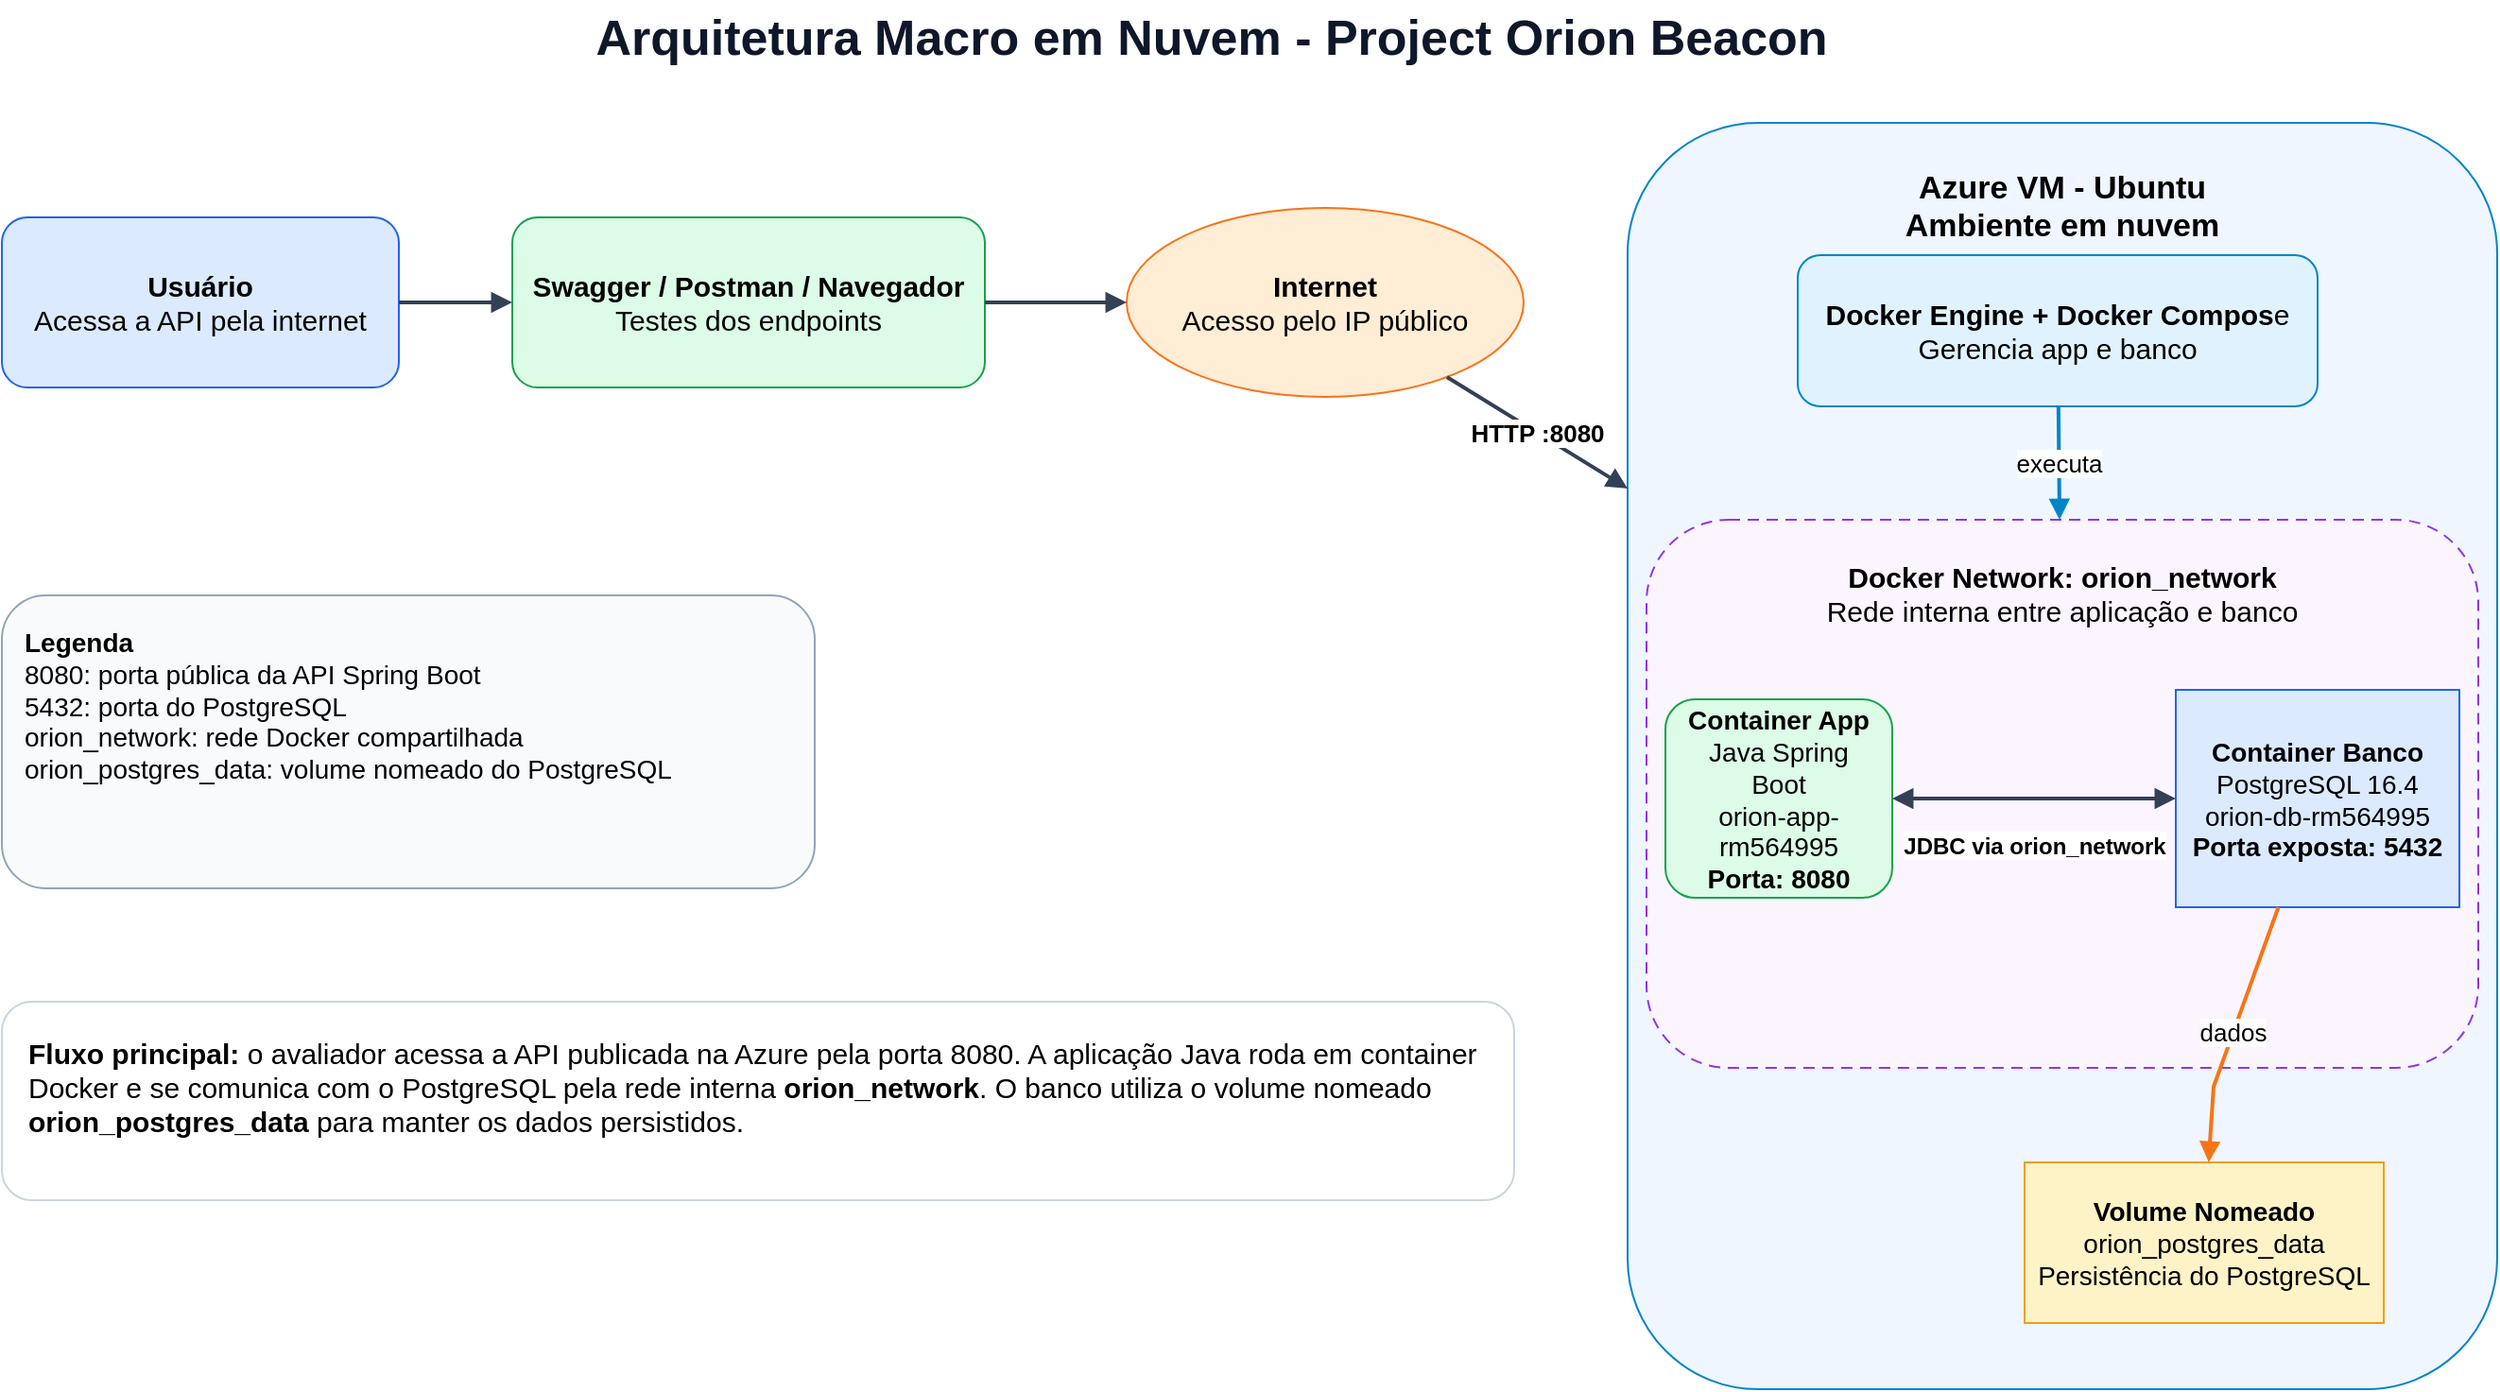
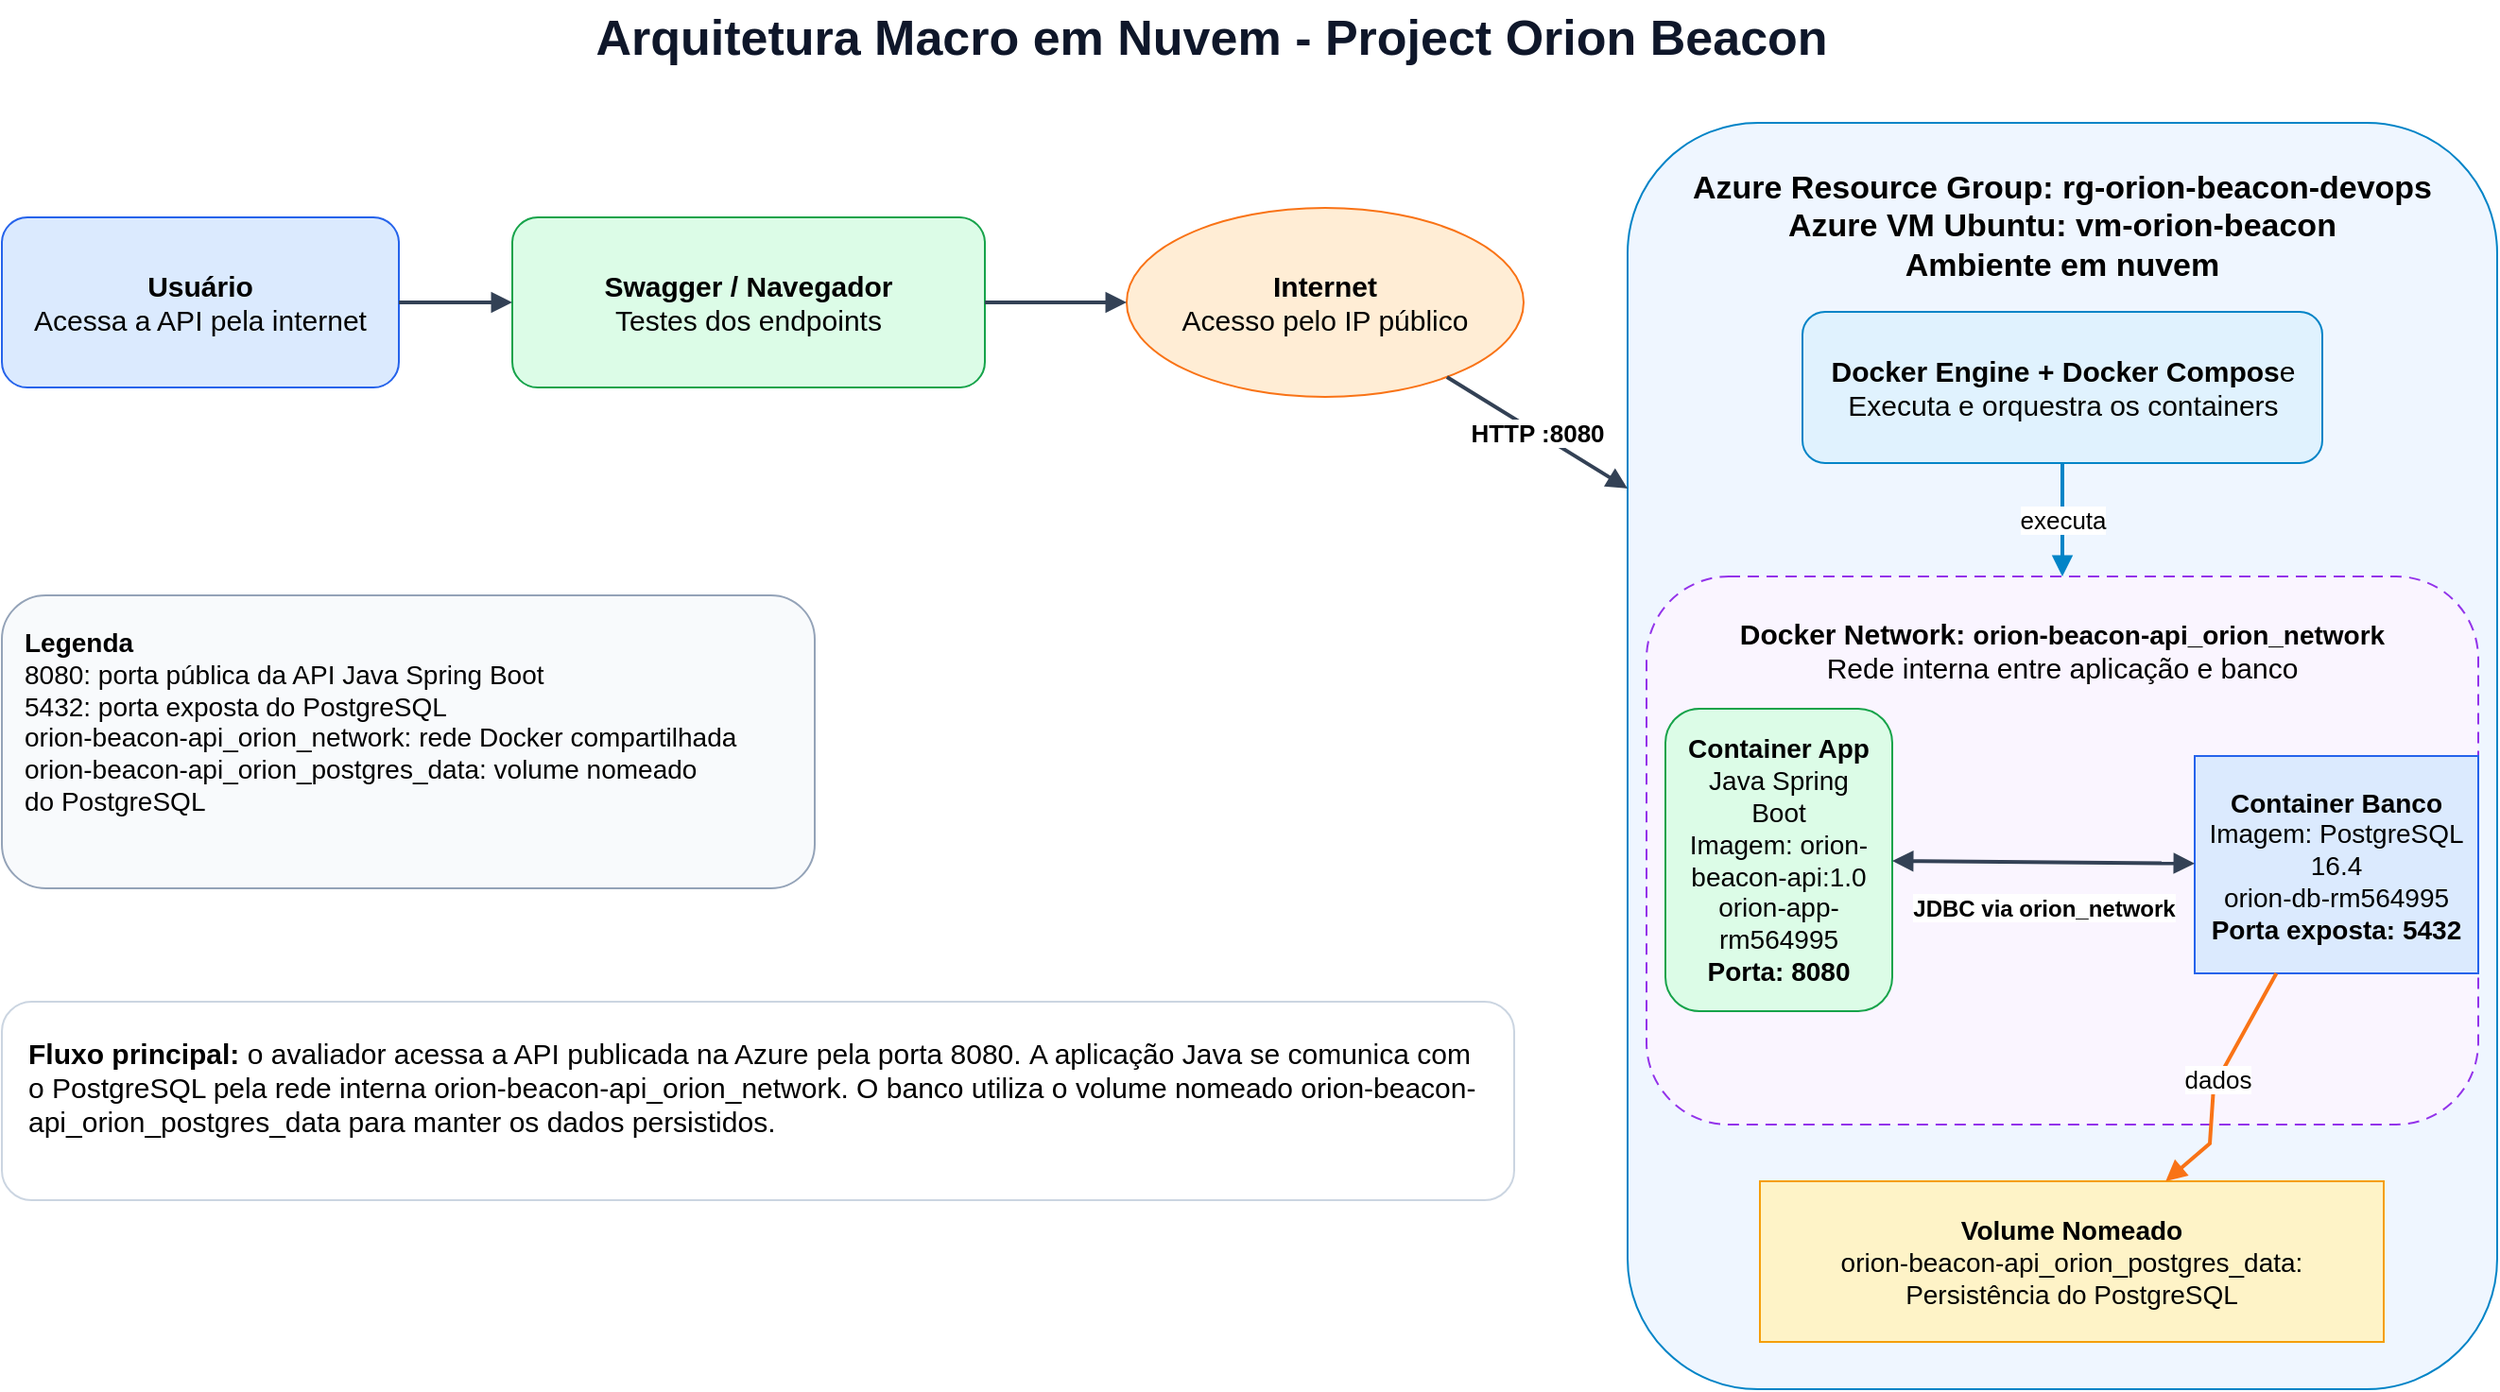
<mxfile host="Electron" agent="Mozilla/5.0 (Windows NT 10.0; Win64; x64) AppleWebKit/537.36 (KHTML, like Gecko) draw.io/27.0.5 Chrome/134.0.6998.205 Electron/35.3.0 Safari/537.36" version="27.0.5">
  <diagram name="Arquitetura Macro" id="orion-beacon-v2">
    <mxGraphModel dx="1830" dy="894" grid="1" gridSize="10" guides="1" tooltips="1" connect="1" arrows="1" fold="1" page="1" pageScale="1" pageWidth="1400" pageHeight="850" math="0" shadow="0">
      <root>
        <mxCell id="0" />
        <mxCell id="1" parent="0" />
        <mxCell id="title" value="Arquitetura Macro em Nuvem - Project Orion Beacon" style="text;html=1;strokeColor=none;fillColor=none;align=center;verticalAlign=middle;whiteSpace=wrap;rounded=0;fontSize=26;fontStyle=1;fontColor=#0F172A;" parent="1" vertex="1">
          <mxGeometry x="315" y="25" width="770" height="40" as="geometry" />
        </mxCell>
        <mxCell id="user" value="&lt;b&gt;Usuário&lt;/b&gt;&lt;br&gt;Acessa a API pela internet" style="rounded=1;whiteSpace=wrap;html=1;fillColor=#DBEAFE;strokeColor=#2563EB;fontSize=15;align=center;verticalAlign=middle;spacing=10;" parent="1" vertex="1">
          <mxGeometry x="60" y="140" width="210" height="90" as="geometry" />
        </mxCell>
-         <mxCell id="tools" value="&lt;b&gt;Swagger / Postman / Navegador&lt;/b&gt;&lt;br&gt;Testes dos endpoints" style="rounded=1;whiteSpace=wrap;html=1;fillColor=#DCFCE7;strokeColor=#16A34A;fontSize=15;align=center;verticalAlign=middle;spacing=10;" parent="1" vertex="1">
+         <mxCell id="tools" value="&lt;b&gt;Swagger / Navegador&lt;/b&gt;&lt;br&gt;Testes dos endpoints" style="rounded=1;whiteSpace=wrap;html=1;fillColor=#DCFCE7;strokeColor=#16A34A;fontSize=15;align=center;verticalAlign=middle;spacing=10;" parent="1" vertex="1">
          <mxGeometry x="330" y="140" width="250" height="90" as="geometry" />
        </mxCell>
        <mxCell id="internet" value="&lt;b&gt;Internet&lt;/b&gt;&lt;br&gt;Acesso pelo IP público" style="ellipse;whiteSpace=wrap;html=1;fillColor=#FFEDD5;strokeColor=#F97316;fontSize=15;align=center;verticalAlign=middle;spacing=10;" parent="1" vertex="1">
          <mxGeometry x="655" y="135" width="210" height="100" as="geometry" />
        </mxCell>
-         <mxCell id="azure" value="&lt;b&gt;Azure VM - Ubuntu&lt;/b&gt;&lt;br&gt;Ambiente em nuvem" style="rounded=1;whiteSpace=wrap;html=1;fillColor=#EFF6FF;strokeColor=#0284C7;fontSize=17;fontStyle=1;align=center;verticalAlign=top;spacingTop=18;" parent="1" vertex="1">
+         <mxCell id="azure" value="Azure Resource Group: rg-orion-beacon-devops&lt;br&gt;Azure VM Ubuntu: vm-orion-beacon&lt;br&gt;Ambiente em nuvem" style="rounded=1;whiteSpace=wrap;html=1;fillColor=#EFF6FF;strokeColor=#0284C7;fontSize=17;fontStyle=1;align=center;verticalAlign=top;spacingTop=18;" parent="1" vertex="1">
          <mxGeometry x="920" y="90" width="460" height="670" as="geometry" />
        </mxCell>
-         <mxCell id="docker" value="&lt;b&gt;Docker Engine +&amp;nbsp;Docker Compos&lt;/b&gt;e&lt;br&gt;Gerencia app e banco" style="rounded=1;whiteSpace=wrap;html=1;fillColor=#E0F2FE;strokeColor=#0284C7;fontSize=15;align=center;verticalAlign=middle;spacing=10;" parent="1" vertex="1">
-           <mxGeometry x="1010" y="160" width="275" height="80" as="geometry" />
+         <mxCell id="docker" value="&lt;b&gt;Docker Engine +&amp;nbsp;Docker Compos&lt;/b&gt;e&lt;br&gt;Executa e orquestra os containers" style="rounded=1;whiteSpace=wrap;html=1;fillColor=#E0F2FE;strokeColor=#0284C7;fontSize=15;align=center;verticalAlign=middle;spacing=10;" parent="1" vertex="1">
+           <mxGeometry x="1012.5" y="190" width="275" height="80" as="geometry" />
        </mxCell>
-         <mxCell id="network" value="&lt;b&gt;Docker Network: orion_network&lt;/b&gt;&lt;br&gt;Rede interna entre aplicação e banco" style="rounded=1;dashed=1;dashPattern=6 4;whiteSpace=wrap;html=1;fillColor=#FAF5FF;strokeColor=#9333EA;fontSize=15;align=center;verticalAlign=top;spacingTop=15;" parent="1" vertex="1">
-           <mxGeometry x="930" y="300" width="440" height="290" as="geometry" />
+         <mxCell id="network" value="&lt;b&gt;Docker Network:&amp;nbsp;&lt;/b&gt;&lt;span style=&quot;font-size: 14px; text-align: left;&quot;&gt;&lt;b&gt;orion-beacon-api_orion_network&lt;/b&gt;&lt;/span&gt;&lt;br&gt;Rede interna entre aplicação e banco" style="rounded=1;dashed=1;dashPattern=6 4;whiteSpace=wrap;html=1;fillColor=#FAF5FF;strokeColor=#9333EA;fontSize=15;align=center;verticalAlign=top;spacingTop=15;" parent="1" vertex="1">
+           <mxGeometry x="930" y="330" width="440" height="290" as="geometry" />
        </mxCell>
-         <mxCell id="app" value="&lt;b&gt;Container App&lt;/b&gt;&lt;br&gt;Java Spring Boot&lt;br&gt;orion-app-rm564995&lt;br&gt;&lt;b&gt;Porta: 8080&lt;/b&gt;" style="rounded=1;whiteSpace=wrap;html=1;fillColor=#DCFCE7;strokeColor=#16A34A;fontSize=14;align=center;verticalAlign=middle;spacing=8;" parent="1" vertex="1">
-           <mxGeometry x="940" y="395" width="120" height="105" as="geometry" />
+         <mxCell id="app" value="&lt;b&gt;Container App&lt;/b&gt;&lt;br&gt;Java Spring Boot&lt;div&gt;Imagem: orion-beacon-api:1.0&lt;br&gt;orion-app-rm564995&lt;div&gt;&lt;b&gt;Porta: 8080&lt;/b&gt;&lt;/div&gt;&lt;/div&gt;" style="rounded=1;whiteSpace=wrap;html=1;fillColor=#DCFCE7;strokeColor=#16A34A;fontSize=14;align=center;verticalAlign=middle;spacing=8;" parent="1" vertex="1">
+           <mxGeometry x="940" y="400" width="120" height="160" as="geometry" />
        </mxCell>
-         <mxCell id="db" value="&lt;b&gt;Container Banco&lt;/b&gt;&lt;br&gt;PostgreSQL 16.4&lt;br&gt;orion-db-rm564995&lt;br&gt;&lt;b&gt;Porta exposta: 5432&lt;/b&gt;" style="rounded=0;whiteSpace=wrap;html=1;fillColor=#DBEAFE;strokeColor=#2563EB;fontSize=14;align=center;verticalAlign=middle;spacing=8;" parent="1" vertex="1">
-           <mxGeometry x="1210" y="390" width="150" height="115" as="geometry" />
+         <mxCell id="db" value="&lt;b&gt;Container Banco&lt;/b&gt;&lt;br&gt;Imagem: PostgreSQL 16.4&lt;br&gt;orion-db-rm564995&lt;br&gt;&lt;b&gt;Porta exposta: 5432&lt;/b&gt;" style="rounded=0;whiteSpace=wrap;html=1;fillColor=#DBEAFE;strokeColor=#2563EB;fontSize=14;align=center;verticalAlign=middle;spacing=8;" parent="1" vertex="1">
+           <mxGeometry x="1220" y="425" width="150" height="115" as="geometry" />
        </mxCell>
-         <mxCell id="volume" value="&lt;b&gt;Volume Nomeado&lt;/b&gt;&lt;br&gt;orion_postgres_data&lt;br&gt;Persistência do PostgreSQL" style="shape=cylinder3d;whiteSpace=wrap;boundedLbl=1;backgroundOutline=1;size=15;html=1;fillColor=#FEF3C7;strokeColor=#F59E0B;fontSize=14;align=center;verticalAlign=middle;spacing=8;" parent="1" vertex="1">
-           <mxGeometry x="1130" y="640" width="190" height="85" as="geometry" />
+         <mxCell id="volume" value="&lt;b&gt;Volume Nomeado&lt;/b&gt;&lt;br&gt;&lt;span style=&quot;text-align: left;&quot;&gt;orion-beacon-api_orion_postgres_data:&lt;/span&gt;&lt;br&gt;Persistência do PostgreSQL" style="shape=cylinder3d;whiteSpace=wrap;boundedLbl=1;backgroundOutline=1;size=15;html=1;fillColor=#FEF3C7;strokeColor=#F59E0B;fontSize=14;align=center;verticalAlign=middle;spacing=8;" parent="1" vertex="1">
+           <mxGeometry x="990" y="650" width="330" height="85" as="geometry" />
        </mxCell>
-         <mxCell id="legend" value="&lt;b&gt;Legenda&lt;/b&gt;&lt;br&gt;8080: porta pública da API Spring Boot&lt;br&gt;5432: porta do PostgreSQL&lt;br&gt;orion_network: rede Docker compartilhada&lt;br&gt;orion_postgres_data: volume nomeado do&amp;nbsp;PostgreSQL" style="rounded=1;whiteSpace=wrap;html=1;fillColor=#F8FAFC;strokeColor=#94A3B8;fontSize=14;align=left;verticalAlign=top;spacing=12;" parent="1" vertex="1">
+         <mxCell id="legend" value="&lt;b&gt;Legenda&lt;/b&gt;&lt;br&gt;8080: porta pública da API Java Spring Boot&lt;br&gt;5432: porta exposta do PostgreSQL&lt;br&gt;orion-beacon-api_orion_network: rede Docker compartilhada&lt;br&gt;orion-beacon-api_orion_postgres_data: volume nomeado do&amp;nbsp;PostgreSQL" style="rounded=1;whiteSpace=wrap;html=1;fillColor=#F8FAFC;strokeColor=#94A3B8;fontSize=14;align=left;verticalAlign=top;spacing=12;" parent="1" vertex="1">
          <mxGeometry x="60" y="340" width="430" height="155" as="geometry" />
        </mxCell>
-         <mxCell id="flow" value="&lt;b&gt;Fluxo principal:&lt;/b&gt; o avaliador acessa a API publicada na Azure pela porta 8080. A aplicação Java roda em container Docker e se comunica com o PostgreSQL pela rede interna &lt;b&gt;orion_network&lt;/b&gt;. O banco utiliza o volume nomeado &lt;b&gt;orion_postgres_data&lt;/b&gt; para manter os dados persistidos." style="rounded=1;whiteSpace=wrap;html=1;fillColor=#FFFFFF;strokeColor=#CBD5E1;fontSize=15;align=left;verticalAlign=top;spacing=14;" parent="1" vertex="1">
+         <mxCell id="flow" value="&lt;b&gt;Fluxo principal:&lt;/b&gt; o avaliador acessa a API publicada na Azure pela porta 8080.&amp;nbsp;&lt;span style=&quot;background-color: transparent;&quot;&gt;A aplicação Java se comunica com o PostgreSQL pela rede interna orion-beacon-api_orion_network.&amp;nbsp;&lt;/span&gt;&lt;span style=&quot;background-color: transparent;&quot;&gt;O banco utiliza o volume nomeado orion-beacon-api_orion_postgres_data para manter os dados persistidos.&lt;/span&gt;&amp;nbsp;" style="rounded=1;whiteSpace=wrap;html=1;fillColor=#FFFFFF;strokeColor=#CBD5E1;fontSize=15;align=left;verticalAlign=top;spacing=14;" parent="1" vertex="1">
          <mxGeometry x="60" y="555" width="800" height="105" as="geometry" />
        </mxCell>
        <mxCell id="e1" value="" style="endArrow=block;html=1;rounded=0;strokeWidth=2;strokeColor=#334155;" parent="1" source="user" target="tools" edge="1">
          <mxGeometry relative="1" as="geometry" />
        </mxCell>
        <mxCell id="e2" value="" style="endArrow=block;html=1;rounded=0;strokeWidth=2;strokeColor=#334155;" parent="1" source="tools" target="internet" edge="1">
          <mxGeometry relative="1" as="geometry" />
        </mxCell>
        <mxCell id="e3" value="HTTP :8080" style="endArrow=block;html=1;rounded=0;strokeWidth=2;strokeColor=#334155;fontSize=13;fontStyle=1;" parent="1" source="internet" target="azure" edge="1">
          <mxGeometry relative="1" as="geometry">
            <mxPoint x="900" y="235" as="targetPoint" />
          </mxGeometry>
        </mxCell>
        <mxCell id="e4" value="executa" style="endArrow=block;html=1;rounded=0;strokeWidth=2;strokeColor=#0284C7;fontSize=13;" parent="1" source="docker" target="network" edge="1">
          <mxGeometry relative="1" as="geometry" />
        </mxCell>
        <mxCell id="e5" value="&lt;font style=&quot;font-size: 12px;&quot;&gt;JDBC via orion_network&lt;/font&gt;" style="endArrow=block;startArrow=block;html=1;rounded=0;strokeWidth=2;strokeColor=#334155;fontSize=13;fontStyle=1;" parent="1" source="app" target="db" edge="1">
          <mxGeometry y="-24" relative="1" as="geometry">
            <mxPoint as="offset" />
          </mxGeometry>
        </mxCell>
        <mxCell id="e6" value="dados" style="endArrow=block;html=1;rounded=0;strokeWidth=2;strokeColor=#F97316;fontSize=13;" parent="1" source="db" target="volume" edge="1">
          <mxGeometry relative="1" as="geometry">
            <Array as="points">
              <mxPoint x="1230" y="600" />
              <mxPoint x="1228" y="630" />
            </Array>
          </mxGeometry>
        </mxCell>
      </root>
    </mxGraphModel>
  </diagram>
</mxfile>
